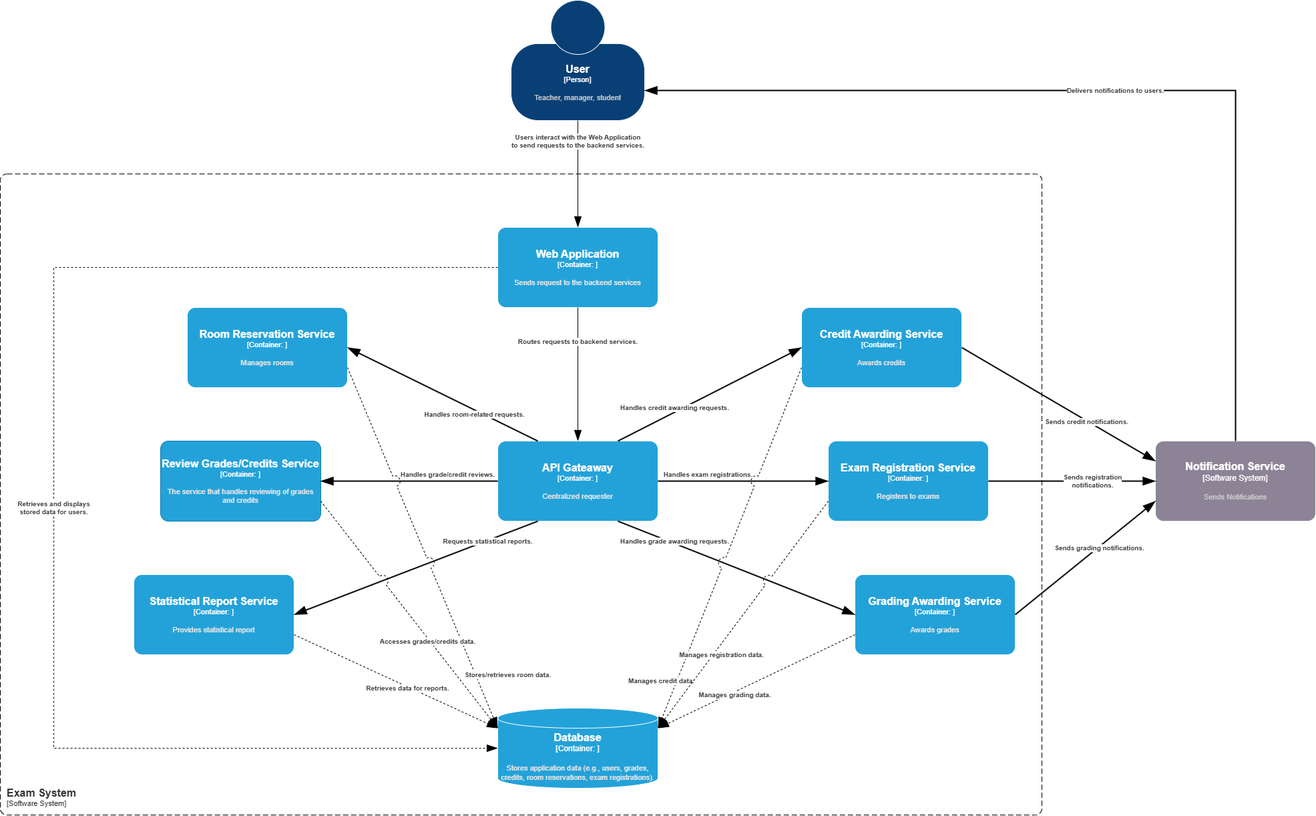
Metalystn/Exam-repository keeps this draw.io diagram as C4 Model/L2 Diagram.png. Above is the earlier version. Source tidied: cells renumbered, new cells last; positions are measured from the earlier drawing's top-left corner, leaving out a move shared by most shapes.
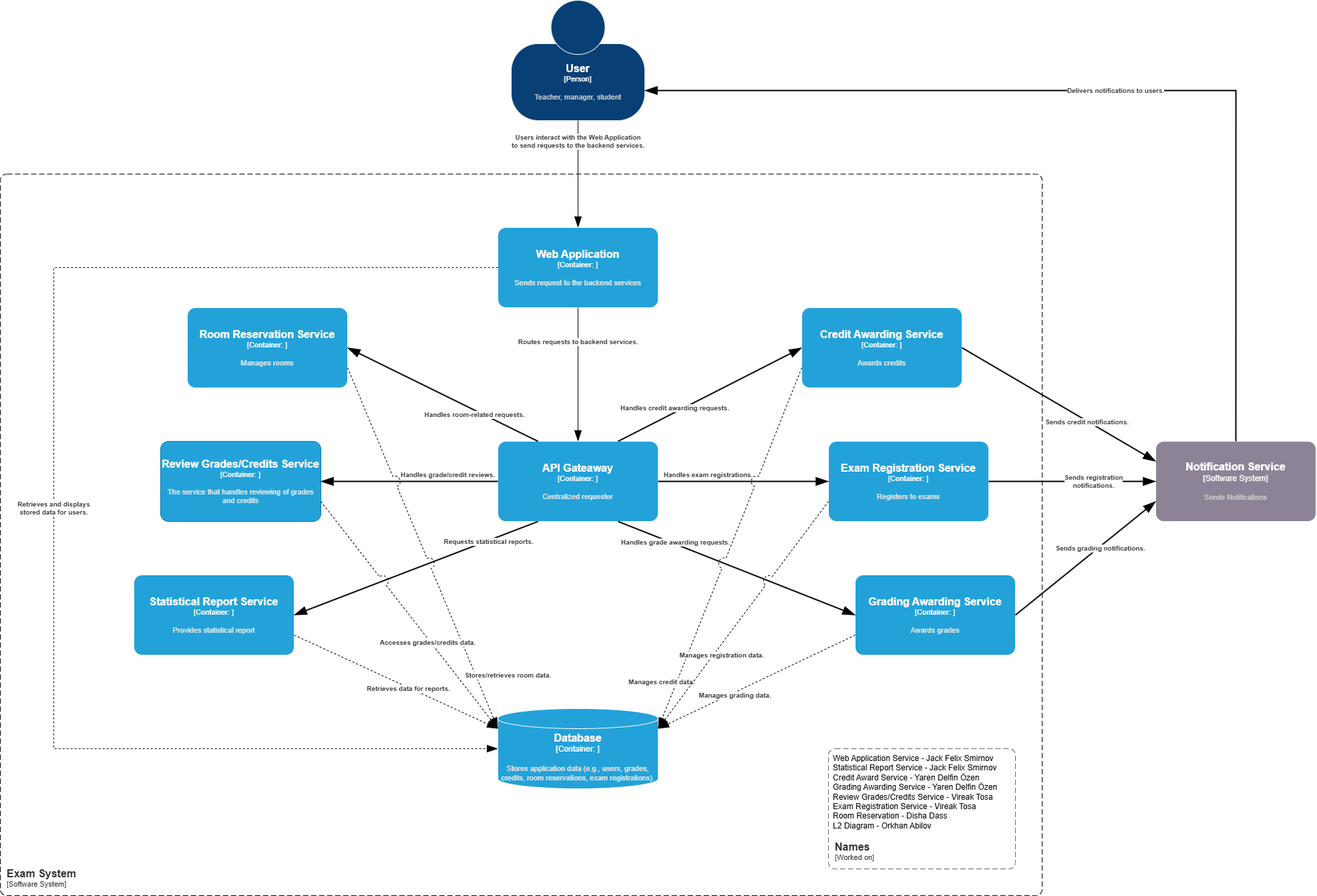
Later version of the same file.

Diff of the diagram source:
```diff
@@ -54,7 +54,7 @@
     </object>
     <object id="12" label="&lt;font style=&quot;font-size: 16px&quot;&gt;&lt;b&gt;&lt;div style=&quot;text-align: left&quot;&gt;%c4Name%&lt;/div&gt;&lt;/b&gt;&lt;/font&gt;&lt;div style=&quot;text-align: left&quot;&gt;[%c4Application%]&lt;/div&gt;" c4Application="Software System" c4Name="Exam System" c4Type="SystemScopeBoundary" placeholders="1">
       <mxCell style="rounded=1;fontSize=11;whiteSpace=wrap;html=1;dashed=1;arcSize=20;fillColor=none;strokeColor=#000000;fontColor=#333333;labelBackgroundColor=none;align=left;verticalAlign=bottom;labelBorderColor=none;spacingTop=0;spacing=10;dashPattern=8 4;perimeter=rectanglePerimeter;noLabel=0;labelPadding=0;absoluteArcSize=1;" parent="1" vertex="1">
-        <mxGeometry y="260" width="1560" height="960" as="geometry" />
+        <mxGeometry y="260" width="1560" height="1080" as="geometry" />
       </mxCell>
     </object>
     <object id="13" label="&lt;font style=&quot;font-size: 16px&quot;&gt;&lt;b&gt;%c4Name%&lt;/b&gt;&lt;/font&gt;&lt;div&gt;[%c4Type%: %c4Technology%]&lt;/div&gt;&lt;br&gt;&lt;div&gt;&lt;font style=&quot;font-size: 11px&quot;&gt;&lt;font color=&quot;#E6E6E6&quot;&gt;%c4Description%&lt;/font&gt;&lt;/div&gt;" c4Description="The service that handles reviewing of grades and credits" c4Name="Review Grades/Credits Service" c4Technology="" c4Type="Container" placeholders="1">
@@ -164,5 +164,13 @@
         </mxGeometry>
       </mxCell>
     </object>
+    <object id="33" label="&lt;font style=&quot;font-size: 16px&quot;&gt;&lt;b&gt;&lt;div style=&quot;text-align: left&quot;&gt;%c4Name%&lt;/div&gt;&lt;/b&gt;&lt;/font&gt;&lt;div style=&quot;text-align: left&quot;&gt;[%c4Application%]&lt;/div&gt;" c4Application="Worked on" c4Name="Names" c4Type="SystemScopeBoundary" placeholders="1">
+      <mxCell style="rounded=1;fontSize=11;whiteSpace=wrap;html=1;dashed=1;arcSize=20;fillColor=none;strokeColor=#666666;fontColor=#333333;labelBackgroundColor=none;align=left;verticalAlign=bottom;labelBorderColor=none;spacingTop=0;spacing=10;dashPattern=8 4;perimeter=rectanglePerimeter;noLabel=0;labelPadding=0;absoluteArcSize=1;" parent="1" vertex="1">
+        <mxGeometry x="1240" y="1120" width="280" height="180" as="geometry" />
+      </mxCell>
+    </object>
+    <mxCell id="34" value="Web Application Service -&amp;nbsp;&lt;span style=&quot;text-align: center;&quot;&gt;Jack Felix Smirnov&lt;/span&gt;&lt;div&gt;&lt;div style=&quot;text-align: center;&quot;&gt;&lt;div style=&quot;text-align: left;&quot;&gt;&lt;span style=&quot;background-color: initial;&quot;&gt;Statistical Report Service -&amp;nbsp;&lt;/span&gt;&lt;span style=&quot;text-align: center; background-color: initial;&quot;&gt;Jack Felix Smirnov&lt;/span&gt;&lt;/div&gt;&lt;/div&gt;&lt;div&gt;Credit Award Service -&amp;nbsp;&lt;span style=&quot;text-align: center; background-color: initial;&quot;&gt;Yaren Delfin Özen&lt;/span&gt;&lt;/div&gt;&lt;div&gt;&lt;span style=&quot;background-color: initial;&quot;&gt;Grading Awarding Service -&amp;nbsp;&lt;/span&gt;&lt;span style=&quot;background-color: initial; text-align: center;&quot;&gt;Yaren Delfin Özen&lt;/span&gt;&lt;/div&gt;&lt;div&gt;Review Grades/&lt;span style=&quot;background-color: initial;&quot;&gt;Credits&lt;/span&gt;&lt;span style=&quot;background-color: initial;&quot;&gt;&amp;nbsp;Service -&amp;nbsp;&lt;/span&gt;&lt;span style=&quot;text-align: center; background-color: initial;&quot;&gt;Vireak Tosa&lt;/span&gt;&lt;/div&gt;&lt;div&gt;&lt;div&gt;Exam Registration Service -&amp;nbsp;&lt;span style=&quot;text-align: center; background-color: initial;&quot;&gt;Vireak Tosa&lt;/span&gt;&lt;/div&gt;&lt;/div&gt;&lt;div&gt;&lt;span style=&quot;background-color: initial;&quot;&gt;Room Reservation -&amp;nbsp;&lt;/span&gt;&lt;span style=&quot;background-color: initial; text-align: center;&quot;&gt;Disha Dass&lt;/span&gt;&lt;/div&gt;&lt;div&gt;&lt;span style=&quot;background-color: initial;&quot;&gt;L2 Diagram -&amp;nbsp;&lt;/span&gt;&lt;span style=&quot;text-align: center; background-color: initial;&quot;&gt;Orkhan Abilov&lt;/span&gt;&lt;/div&gt;&lt;/div&gt;" style="text;html=1;align=left;verticalAlign=middle;strokeColor=none;fillColor=none;" parent="1" vertex="1">
+      <mxGeometry x="1245" y="1120" width="270" height="130" as="geometry" />
+    </mxCell>
   </root>
 </mxGraphModel>
```
